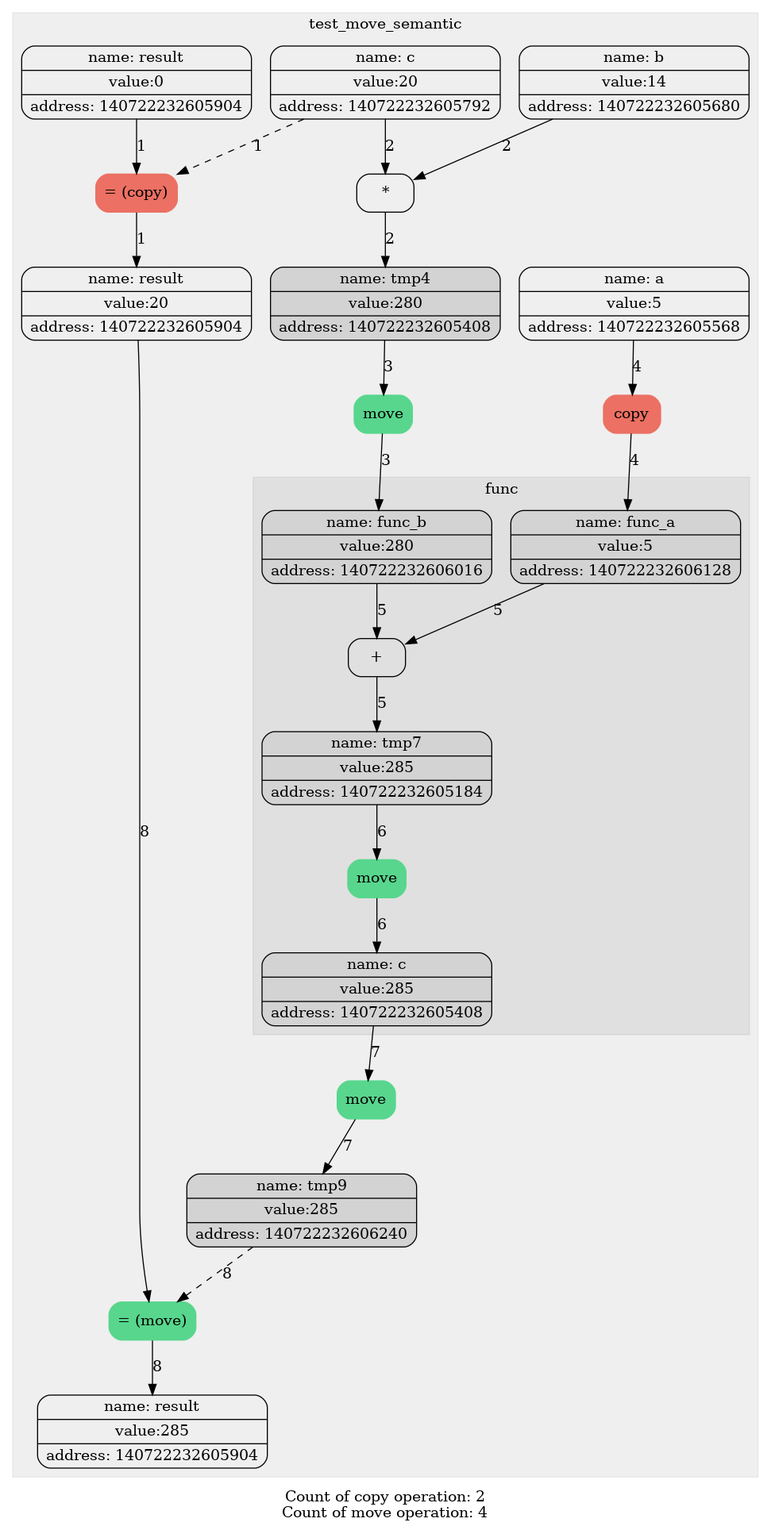
The Graphviz diagram diagrams/graph_move.png in levasemin/Move_Semantic, before a commit. Its source is kept beside it as diagrams/graph_move.dot.
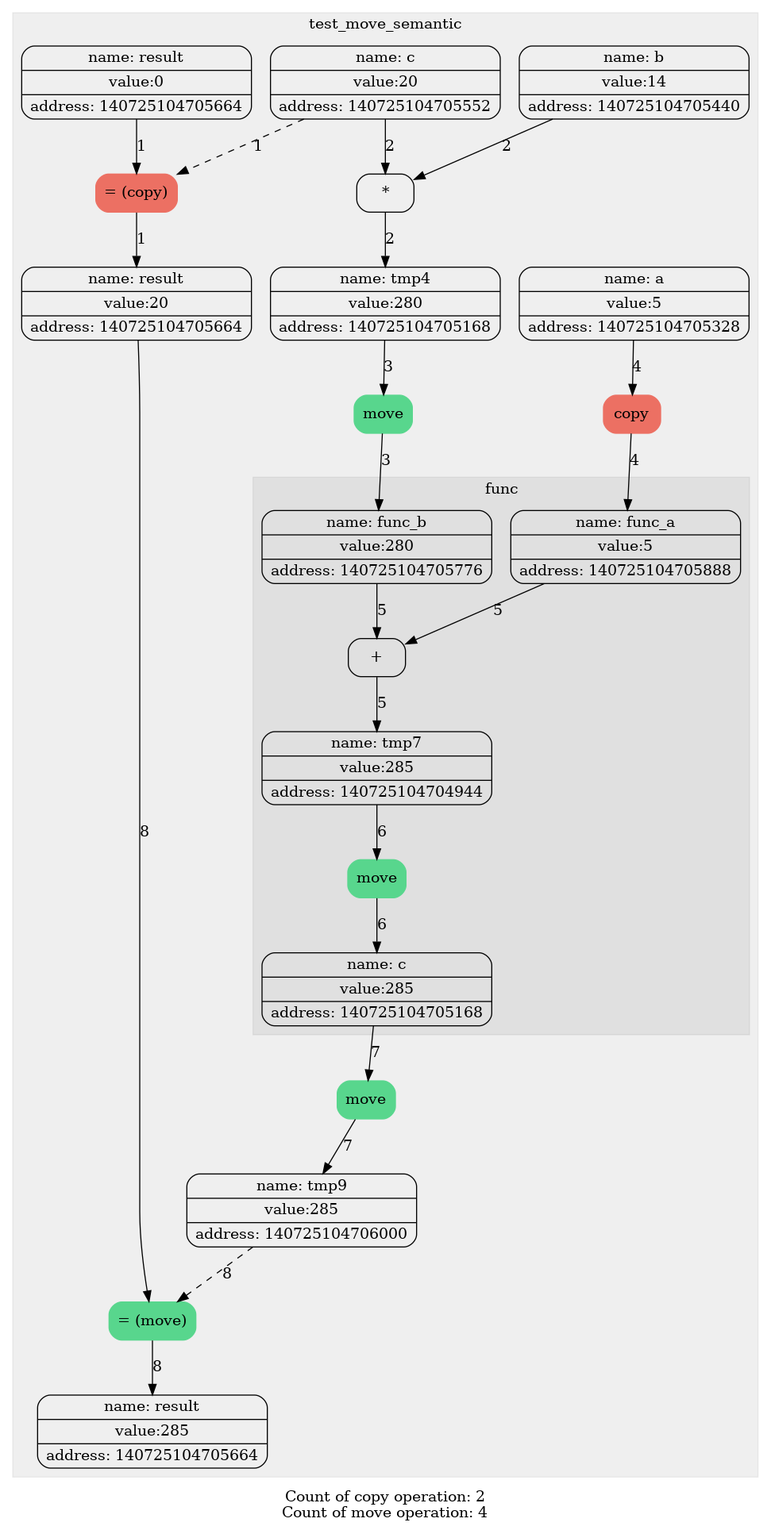
Later version of the same file.

The edit, as a diff of the source:
```diff
@@ -6,34 +6,34 @@
 label = test_move_semantic;
 style= filled
 color = "#00000010";
-1[label="{ {name: tmp0} | {value:5} | {address: 140722232605568}} " color=""style=""];
-1[label="{ {name: a} | {value:5} | {address: 140722232605568}} " color=""style=""];
-2[label="{ {name: tmp1} | {value:14} | {address: 140722232605680}} " color=""style=""];
-2[label="{ {name: b} | {value:14} | {address: 140722232605680}} " color=""style=""];
-3[label="{ {name: tmp2} | {value:20} | {address: 140722232605792}} " color=""style=""];
-3[label="{ {name: c} | {value:20} | {address: 140722232605792}} " color=""style=""];
-4[label="{ {name: tmp3} | {value:0} | {address: 140722232605904}} " color=""style=""];
-4[label="{ {name: result} | {value:0} | {address: 140722232605904}} " color=""style=""];
+1[label="{ {name: tmp0} | {value:5} | {address: 140725104705328}} " color=""style=""];
+1[label="{ {name: a} | {value:5} | {address: 140725104705328}} " color=""style=""];
+2[label="{ {name: tmp1} | {value:14} | {address: 140725104705440}} " color=""style=""];
+2[label="{ {name: b} | {value:14} | {address: 140725104705440}} " color=""style=""];
+3[label="{ {name: tmp2} | {value:20} | {address: 140725104705552}} " color=""style=""];
+3[label="{ {name: c} | {value:20} | {address: 140725104705552}} " color=""style=""];
+4[label="{ {name: tmp3} | {value:0} | {address: 140725104705664}} " color=""style=""];
+4[label="{ {name: result} | {value:0} | {address: 140725104705664}} " color=""style=""];
 5[label="= (copy)" color = "#EC7063" style = "filled"];
 edge[style = "" color = ""label = "1"]4->5;
 edge[style = "dashed" color = ""label = "1"]3->5;
-6[label="{ {name: result} | {value:20} | {address: 140722232605904}} " color=""style=""];
+6[label="{ {name: result} | {value:20} | {address: 140725104705664}} " color=""style=""];
 edge[style = "" color = ""label = "1"]5->6;
 7[label="*" color = "" style = ""];
 edge[style = "" color = ""label = "2"]2->7;
 edge[style = "" color = ""label = "2"]3->7;
-8[label="{ {name: tmp4} | {value:280} | {address: 140722232605408}} " color=""style="filled"];
+8[label="{ {name: tmp4} | {value:280} | {address: 140725104705168}} " color=""style=""];
 edge[style = "" color = ""label = "2"]7->8;
 9[label="move" color = "#58D68D" style = "filled"];
 edge[style = "" color = ""label = "3"]8->9;
-10[label="{ {name: tmp5} | {value:280} | {address: 140722232606016}} " color=""style="filled"];
+10[label="{ {name: tmp5} | {value:280} | {address: 140725104705776}} " color=""style=""];
 edge[style = "" color = ""label = "3"]9->10;
 11[label="copy" color = "#EC7063" style = "filled"];
 edge[style = "" color = ""label = "4"]1->11;
-12[label="{ {name: tmp6} | {value:5} | {address: 140722232606128}} " color=""style="filled"];
+12[label="{ {name: tmp6} | {value:5} | {address: 140725104705888}} " color=""style=""];
 edge[style = "" color = ""label = "4"]11->12;
-12[label="{ {name: func_a} | {value:5} | {address: 140722232606128}} " color=""style="filled"];
-10[label="{ {name: func_b} | {value:280} | {address: 140722232606016}} " color=""style="filled"];
+12[label="{ {name: func_a} | {value:5} | {address: 140725104705888}} " color=""style=""];
+10[label="{ {name: func_b} | {value:280} | {address: 140725104705776}} " color=""style=""];
 subgraph "cluster_1" {
 label = func;
 style= filled
@@ -41,22 +41,22 @@
 13[label="+" color = "" style = ""];
 edge[style = "" color = ""label = "5"]12->13;
 edge[style = "" color = ""label = "5"]10->13;
-14[label="{ {name: tmp7} | {value:285} | {address: 140722232605184}} " color=""style="filled"];
+14[label="{ {name: tmp7} | {value:285} | {address: 140725104704944}} " color=""style=""];
 edge[style = "" color = ""label = "5"]13->14;
 15[label="move" color = "#58D68D" style = "filled"];
 edge[style = "" color = ""label = "6"]14->15;
-16[label="{ {name: tmp8} | {value:285} | {address: 140722232605408}} " color=""style="filled"];
+16[label="{ {name: tmp8} | {value:285} | {address: 140725104705168}} " color=""style=""];
 edge[style = "" color = ""label = "6"]15->16;
-16[label="{ {name: c} | {value:285} | {address: 140722232605408}} " color=""style="filled"];
+16[label="{ {name: c} | {value:285} | {address: 140725104705168}} " color=""style=""];
 }
 17[label="move" color = "#58D68D" style = "filled"];
 edge[style = "" color = ""label = "7"]16->17;
-18[label="{ {name: tmp9} | {value:285} | {address: 140722232606240}} " color=""style="filled"];
+18[label="{ {name: tmp9} | {value:285} | {address: 140725104706000}} " color=""style=""];
 edge[style = "" color = ""label = "7"]17->18;
 19[label="= (move)" color = "#58D68D" style = "filled"];
 edge[style = "" color = ""label = "8"]6->19;
 edge[style = "dashed" color = ""label = "8"]18->19;
-20[label="{ {name: result} | {value:285} | {address: 140722232605904}} " color=""style=""];
+20[label="{ {name: result} | {value:285} | {address: 140725104705664}} " color=""style=""];
 edge[style = "" color = ""label = "8"]19->20;
 }
 label="Count of copy operation: 2
```
